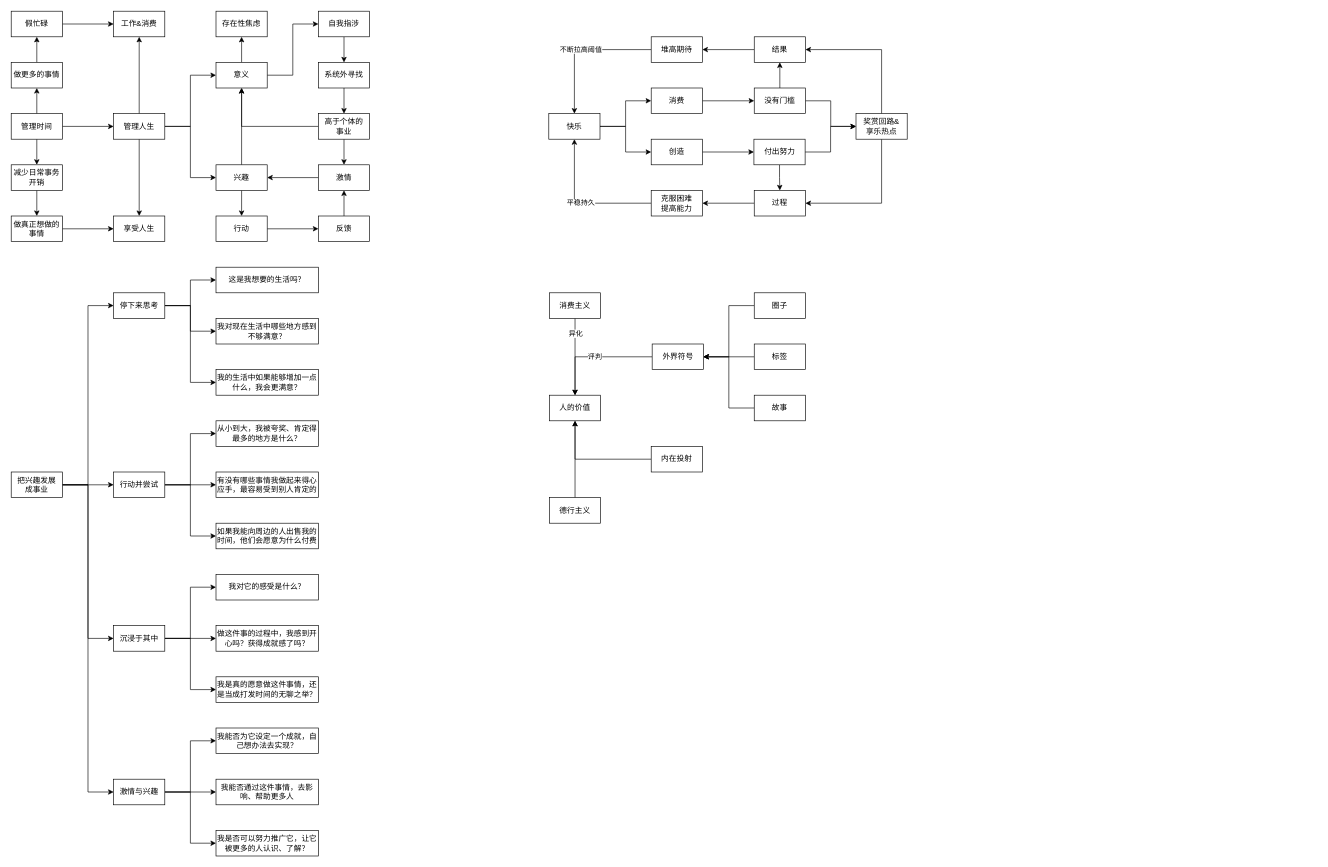
Above: 积极创造.drawio in youyusan/open_mind (draw.io), before the change. Source tidied: cells renumbered, new cells numbered last; positions are measured from the earlier drawing's top-left corner, leaving out a move shared by most shapes. Both pictures are drawn from the tidied source at 64%, with x=0, y=0 at pixel (11, 11).
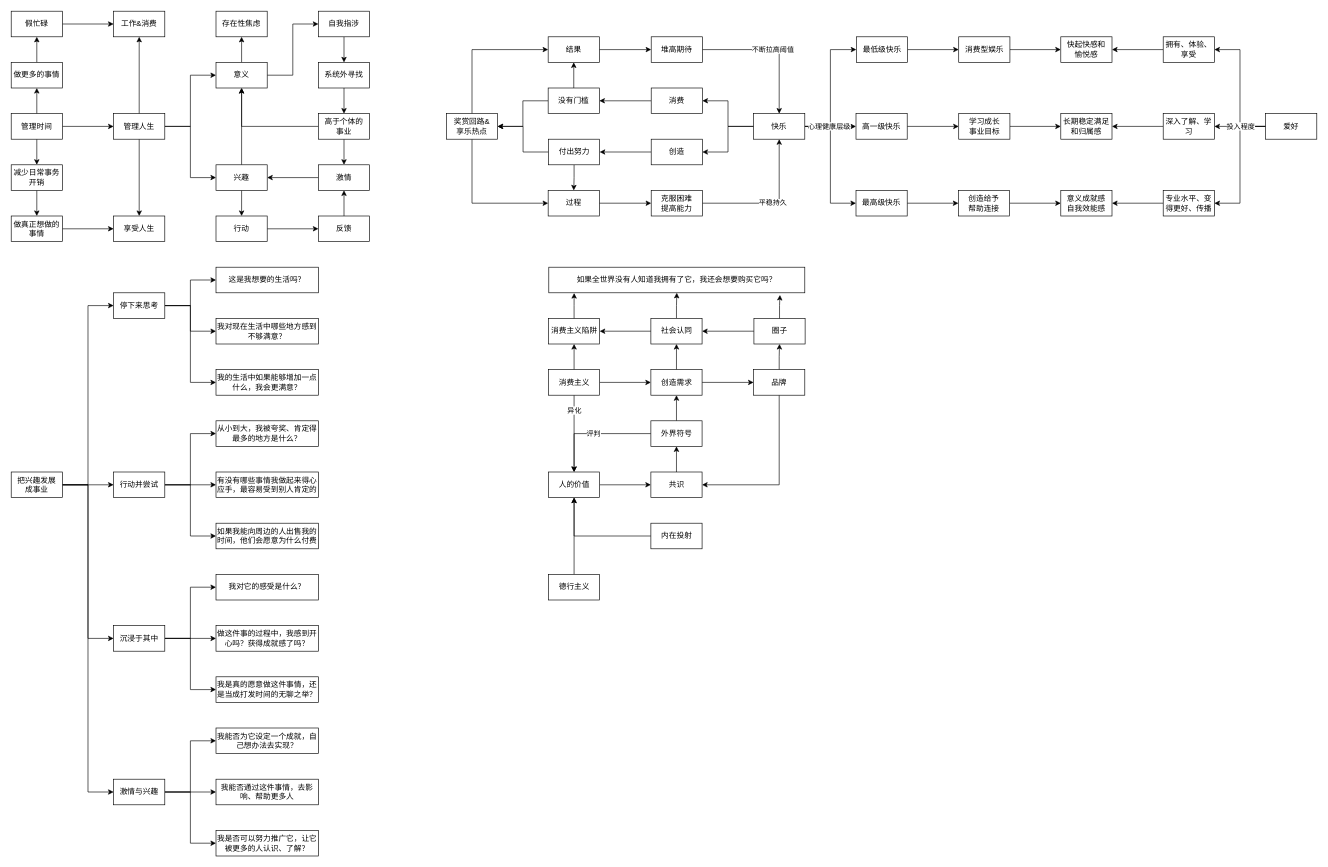
The same page after the edit.

Commit message (it also covers changes not shown here):
更新积极创造.drawio

Unchanged cells that the change refers to:
```xml
<mxCell id="78" value="消费" style="rounded=0;whiteSpace=wrap;html=1;" parent="1" vertex="1">
  <mxGeometry x="1000" y="120" width="80" height="40" as="geometry" />
</mxCell>
<mxCell id="80" value="创造" style="rounded=0;whiteSpace=wrap;html=1;" parent="1" vertex="1">
  <mxGeometry x="1000" y="200" width="80" height="40" as="geometry" />
</mxCell>
<mxCell id="95" value="堆高期待" style="rounded=0;whiteSpace=wrap;html=1;" parent="1" vertex="1">
  <mxGeometry x="1000" y="40" width="80" height="40" as="geometry" />
</mxCell>
<mxCell id="97" value="克服困难&lt;br&gt;提高能力" style="rounded=0;whiteSpace=wrap;html=1;" parent="1" vertex="1">
  <mxGeometry x="1000" y="280" width="80" height="40" as="geometry" />
</mxCell>
```

Diff of the diagram source:
```diff
@@
+    <mxCell id="98" style="edgeStyle=orthogonalEdgeStyle;rounded=0;jettySize=auto;html=1;" parent="1" edge="1" source="100" target="101">
+      <mxGeometry relative="1" as="geometry" />
+    </mxCell>
+    <mxCell id="99" value="异化" style="edgeLabel;html=1;align=center;verticalAlign=middle;" parent="98" vertex="1">
+      <mxGeometry x="-0.62" relative="1" as="geometry" />
+    </mxCell>
+    <mxCell id="114" style="edgeStyle=orthogonalEdgeStyle;rounded=0;jettySize=auto;html=1;" parent="1" edge="1" source="100" target="122">
+      <mxGeometry relative="1" as="geometry" />
+    </mxCell>
+    <mxCell id="115" style="edgeStyle=orthogonalEdgeStyle;rounded=0;jettySize=auto;html=1;" parent="1" edge="1" source="100" target="131">
+      <mxGeometry relative="1" as="geometry" />
+    </mxCell>
+    <mxCell id="100" value="消费主义" style="rounded=0;whiteSpace=wrap;html=1;" parent="1" vertex="1">
+      <mxGeometry x="839.5" y="560" width="80" height="40" as="geometry" />
+    </mxCell>
+    <mxCell id="116" style="edgeStyle=orthogonalEdgeStyle;rounded=0;jettySize=auto;html=1;" parent="1" edge="1" source="101" target="127">
+      <mxGeometry relative="1" as="geometry" />
+    </mxCell>
+    <mxCell id="101" value="人的价值" style="rounded=0;whiteSpace=wrap;html=1;" parent="1" vertex="1">
+      <mxGeometry x="839.5" y="720" width="80" height="40" as="geometry" />
+    </mxCell>
+    <mxCell id="102" value="评判" style="edgeStyle=orthogonalEdgeStyle;rounded=0;jettySize=auto;html=1;" parent="1" edge="1" source="103" target="101">
+      <mxGeometry relative="1" as="geometry" />
+    </mxCell>
+    <mxCell id="117" style="edgeStyle=orthogonalEdgeStyle;rounded=0;jettySize=auto;html=1;" parent="1" edge="1" source="103" target="122">
+      <mxGeometry relative="1" as="geometry" />
+    </mxCell>
+    <mxCell id="103" value="外界符号" style="rounded=0;whiteSpace=wrap;html=1;" parent="1" vertex="1">
+      <mxGeometry x="999.5" y="640" width="80" height="40" as="geometry" />
+    </mxCell>
+    <mxCell id="118" style="edgeStyle=orthogonalEdgeStyle;rounded=0;jettySize=auto;html=1;" parent="1" edge="1" source="107" target="130">
+      <mxGeometry relative="1" as="geometry" />
+    </mxCell>
+    <mxCell id="107" value="圈子" style="rounded=0;whiteSpace=wrap;html=1;" parent="1" vertex="1">
+      <mxGeometry x="1160.5" y="480" width="80" height="40" as="geometry" />
+    </mxCell>
+    <mxCell id="119" style="edgeStyle=orthogonalEdgeStyle;rounded=0;jettySize=auto;html=1;entryX=0.5;entryY=1;entryDx=0;entryDy=0;" parent="1" edge="1" source="111" target="101">
+      <mxGeometry relative="1" as="geometry" />
+    </mxCell>
+    <mxCell id="111" value="德行主义" style="rounded=0;whiteSpace=wrap;html=1;" parent="1" vertex="1">
+      <mxGeometry x="839.5" y="880" width="80" height="40" as="geometry" />
+    </mxCell>
+    <mxCell id="112" style="edgeStyle=orthogonalEdgeStyle;rounded=0;jettySize=auto;html=1;" parent="1" edge="1" source="113" target="101">
+      <mxGeometry relative="1" as="geometry" />
+    </mxCell>
+    <mxCell id="113" value="内在投射" style="rounded=0;whiteSpace=wrap;html=1;" parent="1" vertex="1">
+      <mxGeometry x="999.5" y="800" width="80" height="40" as="geometry" />
+    </mxCell>
+    <mxCell id="120" style="edgeStyle=orthogonalEdgeStyle;rounded=0;jettySize=auto;html=1;" parent="1" edge="1" source="122" target="125">
+      <mxGeometry relative="1" as="geometry" />
+    </mxCell>
+    <mxCell id="121" style="edgeStyle=orthogonalEdgeStyle;rounded=0;jettySize=auto;html=1;" parent="1" edge="1" source="122" target="130">
+      <mxGeometry relative="1" as="geometry" />
+    </mxCell>
+    <mxCell id="122" value="创造需求" style="rounded=0;whiteSpace=wrap;html=1;" parent="1" vertex="1">
+      <mxGeometry x="999.5" y="560" width="80" height="40" as="geometry" />
+    </mxCell>
+    <mxCell id="123" style="edgeStyle=orthogonalEdgeStyle;rounded=0;jettySize=auto;html=1;entryX=1;entryY=0.5;entryDx=0;entryDy=0;" parent="1" edge="1" source="125" target="127">
+      <mxGeometry relative="1" as="geometry">
+        <Array as="points">
+          <mxPoint x="1200.5" y="740" />
+        </Array>
+      </mxGeometry>
+    </mxCell>
+    <mxCell id="124" style="edgeStyle=orthogonalEdgeStyle;rounded=0;jettySize=auto;html=1;" parent="1" edge="1" source="125" target="107">
+      <mxGeometry relative="1" as="geometry" />
+    </mxCell>
+    <mxCell id="125" value="品牌" style="rounded=0;whiteSpace=wrap;html=1;" parent="1" vertex="1">
+      <mxGeometry x="1160" y="560" width="80" height="40" as="geometry" />
+    </mxCell>
+    <mxCell id="126" style="edgeStyle=orthogonalEdgeStyle;rounded=0;jettySize=auto;html=1;" parent="1" edge="1" source="127" target="103">
+      <mxGeometry relative="1" as="geometry" />
+    </mxCell>
+    <mxCell id="127" value="共识" style="rounded=0;whiteSpace=wrap;html=1;" parent="1" vertex="1">
+      <mxGeometry x="999.5" y="720" width="80" height="40" as="geometry" />
+    </mxCell>
+    <mxCell id="128" style="edgeStyle=orthogonalEdgeStyle;rounded=0;jettySize=auto;html=1;" parent="1" edge="1" source="130" target="131">
+      <mxGeometry relative="1" as="geometry" />
+    </mxCell>
+    <mxCell id="129" style="edgeStyle=orthogonalEdgeStyle;rounded=0;jettySize=auto;html=1;" parent="1" edge="1" source="130" target="132">
+      <mxGeometry relative="1" as="geometry" />
+    </mxCell>
+    <mxCell id="130" value="社会认同" style="rounded=0;whiteSpace=wrap;html=1;" parent="1" vertex="1">
+      <mxGeometry x="999.5" y="480" width="80" height="40" as="geometry" />
+    </mxCell>
+    <mxCell id="131" value="消费主义陷阱" style="rounded=0;whiteSpace=wrap;html=1;" parent="1" vertex="1">
+      <mxGeometry x="839.5" y="480" width="80" height="40" as="geometry" />
+    </mxCell>
+    <mxCell id="132" value="如果全世界没有人知道我拥有了它，我还会想要购买它吗？" style="rounded=0;whiteSpace=wrap;html=1;" parent="1" vertex="1">
+      <mxGeometry x="840" y="400" width="400" height="40" as="geometry" />
+    </mxCell>
+    <mxCell id="133" style="edgeStyle=orthogonalEdgeStyle;rounded=0;jettySize=auto;html=1;entryX=0.903;entryY=1.084;entryDx=0;entryDy=0;entryPerimeter=0;" parent="1" edge="1" source="107" target="132">
+      <mxGeometry relative="1" as="geometry" />
+    </mxCell>
+    <mxCell id="134" style="edgeStyle=orthogonalEdgeStyle;rounded=0;jettySize=auto;html=1;entryX=0.099;entryY=1.01;entryDx=0;entryDy=0;entryPerimeter=0;" parent="1" edge="1" source="131" target="132">
+      <mxGeometry relative="1" as="geometry" />
+    </mxCell>
@@
+    <mxCell id="135" style="edgeStyle=orthogonalEdgeStyle;rounded=0;jettySize=auto;html=1;entryDx=0;entryDy=0;" parent="1" edge="1" source="76" target="140">
+      <mxGeometry relative="1" as="geometry">
+        <Array as="points">
+          <mxPoint x="1280" y="180" />
+          <mxPoint x="1280" y="60" />
+        </Array>
+      </mxGeometry>
+    </mxCell>
+    <mxCell id="136" style="edgeStyle=orthogonalEdgeStyle;rounded=0;jettySize=auto;html=1;entryDx=0;entryDy=0;" parent="1" edge="1" source="76" target="142">
+      <mxGeometry relative="1" as="geometry" />
+    </mxCell>
+    <mxCell id="137" style="edgeStyle=orthogonalEdgeStyle;rounded=0;jettySize=auto;html=1;entryDx=0;entryDy=0;" parent="1" edge="1" source="76" target="144">
+      <mxGeometry relative="1" as="geometry">
+        <Array as="points">
+          <mxPoint x="1280" y="180" />
+          <mxPoint x="1280" y="300" />
+        </Array>
+      </mxGeometry>
+    </mxCell>
+    <mxCell id="138" value="心理健康层级" style="edgeLabel;html=1;align=center;verticalAlign=middle;" parent="137" vertex="1">
+      <mxGeometry x="-0.6" y="2" relative="1" as="geometry">
+        <mxPoint x="-5" y="-1" as="offset" />
+      </mxGeometry>
+    </mxCell>
     <mxCell id="76" value="快乐" style="rounded=0;whiteSpace=wrap;html=1;" parent="1" vertex="1">
-      <mxGeometry x="840" y="160" width="80" height="40" as="geometry" />
+      <mxGeometry x="1160" y="160" width="80" height="40" as="geometry" />
     </mxCell>
-    <mxCell id="77" style="edgeStyle=orthogonalEdgeStyle;rounded=0;jettySize=auto;html=1;entryX=0;entryY=0.5;entryDx=0;entryDy=0;" parent="1" edge="1" source="78" target="83">
+    <mxCell id="77" style="edgeStyle=orthogonalEdgeStyle;rounded=0;jettySize=auto;html=1;entryDx=0;entryDy=0;" parent="1" edge="1" source="78" target="83">
       <mxGeometry relative="1" as="geometry" />
     </mxCell>
@@
-    <mxCell id="79" style="edgeStyle=orthogonalEdgeStyle;rounded=0;jettySize=auto;html=1;entryX=0;entryY=0.5;entryDx=0;entryDy=0;" parent="1" edge="1" source="80" target="89">
+    <mxCell id="79" style="edgeStyle=orthogonalEdgeStyle;rounded=0;jettySize=auto;html=1;entryDx=0;entryDy=0;" parent="1" edge="1" source="80" target="89">
       <mxGeometry relative="1" as="geometry" />
     </mxCell>
@@
-    <mxCell id="82" style="edgeStyle=orthogonalEdgeStyle;rounded=0;jettySize=auto;html=1;entryX=0;entryY=0.5;entryDx=0;entryDy=0;" parent="1" edge="1" source="83" target="86">
+    <mxCell id="82" style="edgeStyle=orthogonalEdgeStyle;rounded=0;jettySize=auto;html=1;entryDx=0;entryDy=0;" parent="1" edge="1" source="83" target="86">
       <mxGeometry relative="1" as="geometry" />
     </mxCell>
     <mxCell id="83" value="没有门槛" style="rounded=0;whiteSpace=wrap;html=1;" parent="1" vertex="1">
-      <mxGeometry x="1161" y="120" width="80" height="40" as="geometry" />
+      <mxGeometry x="839" y="120" width="80" height="40" as="geometry" />
     </mxCell>
-    <mxCell id="84" style="edgeStyle=orthogonalEdgeStyle;rounded=0;jettySize=auto;html=1;entryX=1;entryY=0.5;entryDx=0;entryDy=0;" parent="1" edge="1" source="86" target="91">
+    <mxCell id="84" style="edgeStyle=orthogonalEdgeStyle;rounded=0;jettySize=auto;html=1;entryDx=0;entryDy=0;" parent="1" edge="1" source="86" target="91">
       <mxGeometry relative="1" as="geometry">
         <Array as="points">
-          <mxPoint x="1360" y="60" />
+          <mxPoint x="720" y="60" />
         </Array>
       </mxGeometry>
     </mxCell>
-    <mxCell id="85" style="edgeStyle=orthogonalEdgeStyle;rounded=0;jettySize=auto;html=1;entryX=1;entryY=0.5;entryDx=0;entryDy=0;" parent="1" edge="1" source="86" target="93">
+    <mxCell id="85" style="edgeStyle=orthogonalEdgeStyle;rounded=0;jettySize=auto;html=1;entryDx=0;entryDy=0;" parent="1" edge="1" source="86" target="93">
       <mxGeometry relative="1" as="geometry">
         <Array as="points">
-          <mxPoint x="1360" y="300" />
+          <mxPoint x="720" y="300" />
         </Array>
       </mxGeometry>
     </mxCell>
     <mxCell id="86" value="奖赏回路&amp;amp;&lt;br&gt;享乐热点" style="rounded=0;whiteSpace=wrap;html=1;" parent="1" vertex="1">
-      <mxGeometry x="1320" y="160" width="80" height="40" as="geometry" />
+      <mxGeometry x="680" y="160" width="80" height="40" as="geometry" />
     </mxCell>
-    <mxCell id="87" style="edgeStyle=orthogonalEdgeStyle;rounded=0;jettySize=auto;html=1;entryX=0.5;entryY=0;entryDx=0;entryDy=0;" parent="1" edge="1" source="89" target="93">
+    <mxCell id="87" style="edgeStyle=orthogonalEdgeStyle;rounded=0;jettySize=auto;html=1;entryDx=0;entryDy=0;" parent="1" edge="1" source="89" target="93">
       <mxGeometry relative="1" as="geometry" />
     </mxCell>
@@
     <mxCell id="89" value="付出努力" style="rounded=0;whiteSpace=wrap;html=1;" parent="1" vertex="1">
-      <mxGeometry x="1160.5" y="200" width="80" height="40" as="geometry" />
+      <mxGeometry x="839.5" y="200" width="80" height="40" as="geometry" />
     </mxCell>
@@
     <mxCell id="91" value="结果" style="rounded=0;whiteSpace=wrap;html=1;" parent="1" vertex="1">
-      <mxGeometry x="1161" y="40" width="80" height="40" as="geometry" />
+      <mxGeometry x="839" y="40" width="80" height="40" as="geometry" />
     </mxCell>
@@
     <mxCell id="93" value="过程" style="rounded=0;whiteSpace=wrap;html=1;" parent="1" vertex="1">
-      <mxGeometry x="1161" y="280" width="80" height="40" as="geometry" />
+      <mxGeometry x="839" y="280" width="80" height="40" as="geometry" />
     </mxCell>
-    <mxCell id="94" value="不断拉高阈值" style="edgeStyle=orthogonalEdgeStyle;rounded=0;jettySize=auto;html=1;entryX=0.5;entryY=0;entryDx=0;entryDy=0;" parent="1" edge="1" source="95" target="76">
+    <mxCell id="94" value="不断拉高阈值" style="edgeStyle=orthogonalEdgeStyle;rounded=0;jettySize=auto;html=1;entryDx=0;entryDy=0;" parent="1" edge="1" source="95" target="76">
       <mxGeometry relative="1" as="geometry" />
     </mxCell>
@@
-    <mxCell id="96" value="平稳持久" style="edgeStyle=orthogonalEdgeStyle;rounded=0;jettySize=auto;html=1;entryX=0.5;entryY=1;entryDx=0;entryDy=0;" parent="1" edge="1" source="97" target="76">
+    <mxCell id="96" value="平稳持久" style="edgeStyle=orthogonalEdgeStyle;rounded=0;jettySize=auto;html=1;entryDx=0;entryDy=0;" parent="1" edge="1" source="97" target="76">
       <mxGeometry relative="1" as="geometry" />
     </mxCell>
@@
-    <mxCell id="98" style="edgeStyle=orthogonalEdgeStyle;rounded=0;jettySize=auto;html=1;" parent="1" edge="1" source="100" target="101">
-      <mxGeometry relative="1" as="geometry" />
-    </mxCell>
-    <mxCell id="99" value="异化" style="edgeLabel;html=1;align=center;verticalAlign=middle;" parent="98" vertex="1">
-      <mxGeometry x="-0.62" relative="1" as="geometry" />
-    </mxCell>
-    <mxCell id="100" value="消费主义" style="rounded=0;whiteSpace=wrap;html=1;" parent="1" vertex="1">
-      <mxGeometry x="841" y="440" width="80" height="40" as="geometry" />
-    </mxCell>
-    <mxCell id="101" value="人的价值" style="rounded=0;whiteSpace=wrap;html=1;" parent="1" vertex="1">
-      <mxGeometry x="841" y="600" width="80" height="40" as="geometry" />
-    </mxCell>
-    <mxCell id="102" value="评判" style="edgeStyle=orthogonalEdgeStyle;rounded=0;jettySize=auto;html=1;" parent="1" edge="1" source="103" target="101">
-      <mxGeometry relative="1" as="geometry" />
-    </mxCell>
-    <mxCell id="103" value="外界符号" style="rounded=0;whiteSpace=wrap;html=1;" parent="1" vertex="1">
-      <mxGeometry x="1001.5" y="520" width="80" height="40" as="geometry" />
-    </mxCell>
-    <mxCell id="104" style="edgeStyle=orthogonalEdgeStyle;rounded=0;jettySize=auto;html=1;" parent="1" edge="1" source="105" target="103">
-      <mxGeometry relative="1" as="geometry" />
-    </mxCell>
-    <mxCell id="105" value="标签" style="rounded=0;whiteSpace=wrap;html=1;" parent="1" vertex="1">
-      <mxGeometry x="1161" y="520" width="80" height="40" as="geometry" />
-    </mxCell>
-    <mxCell id="106" style="edgeStyle=orthogonalEdgeStyle;rounded=0;jettySize=auto;html=1;entryX=1;entryY=0.5;entryDx=0;entryDy=0;" parent="1" edge="1" source="107" target="103">
-      <mxGeometry relative="1" as="geometry" />
-    </mxCell>
-    <mxCell id="107" value="圈子" style="rounded=0;whiteSpace=wrap;html=1;" parent="1" vertex="1">
-      <mxGeometry x="1161" y="440" width="80" height="40" as="geometry" />
-    </mxCell>
-    <mxCell id="108" style="edgeStyle=orthogonalEdgeStyle;rounded=0;jettySize=auto;html=1;entryX=1;entryY=0.5;entryDx=0;entryDy=0;" parent="1" edge="1" source="109" target="103">
-      <mxGeometry relative="1" as="geometry" />
-    </mxCell>
-    <mxCell id="109" value="故事" style="rounded=0;whiteSpace=wrap;html=1;" parent="1" vertex="1">
-      <mxGeometry x="1161" y="600" width="80" height="40" as="geometry" />
-    </mxCell>
-    <mxCell id="110" style="edgeStyle=orthogonalEdgeStyle;rounded=0;jettySize=auto;html=1;" parent="1" edge="1" source="111">
-      <mxGeometry relative="1" as="geometry">
-        <mxPoint x="881" y="640" as="targetPoint" />
-      </mxGeometry>
-    </mxCell>
-    <mxCell id="111" value="德行主义" style="rounded=0;whiteSpace=wrap;html=1;" parent="1" vertex="1">
-      <mxGeometry x="841" y="760" width="80" height="40" as="geometry" />
-    </mxCell>
-    <mxCell id="112" style="edgeStyle=orthogonalEdgeStyle;rounded=0;jettySize=auto;html=1;" parent="1" edge="1" source="113" target="101">
-      <mxGeometry relative="1" as="geometry" />
-    </mxCell>
-    <mxCell id="113" value="内在投射" style="rounded=0;whiteSpace=wrap;html=1;" parent="1" vertex="1">
-      <mxGeometry x="1000" y="680" width="80" height="40" as="geometry" />
-    </mxCell>
+    <mxCell id="139" style="edgeStyle=orthogonalEdgeStyle;rounded=0;jettySize=auto;html=1;" parent="1" edge="1" source="140" target="146">
+      <mxGeometry relative="1" as="geometry" />
+    </mxCell>
+    <mxCell id="140" value="最低级快乐" style="rounded=0;whiteSpace=wrap;html=1;" parent="1" vertex="1">
+      <mxGeometry x="1320.5" y="40" width="80" height="40" as="geometry" />
+    </mxCell>
+    <mxCell id="141" style="edgeStyle=orthogonalEdgeStyle;rounded=0;jettySize=auto;html=1;" parent="1" edge="1" source="142" target="148">
+      <mxGeometry relative="1" as="geometry" />
+    </mxCell>
+    <mxCell id="142" value="高一级快乐" style="rounded=0;whiteSpace=wrap;html=1;" parent="1" vertex="1">
+      <mxGeometry x="1320" y="160" width="80" height="40" as="geometry" />
+    </mxCell>
+    <mxCell id="143" style="edgeStyle=orthogonalEdgeStyle;rounded=0;jettySize=auto;html=1;" parent="1" edge="1" source="144" target="152">
+      <mxGeometry relative="1" as="geometry" />
+    </mxCell>
+    <mxCell id="144" value="最高级快乐" style="rounded=0;whiteSpace=wrap;html=1;" parent="1" vertex="1">
+      <mxGeometry x="1320" y="280" width="80" height="40" as="geometry" />
+    </mxCell>
+    <mxCell id="145" style="edgeStyle=orthogonalEdgeStyle;rounded=0;jettySize=auto;html=1;" parent="1" edge="1" source="146" target="149">
+      <mxGeometry relative="1" as="geometry" />
+    </mxCell>
+    <mxCell id="146" value="消费型娱乐" style="rounded=0;whiteSpace=wrap;html=1;" parent="1" vertex="1">
+      <mxGeometry x="1480.5" y="40" width="80" height="40" as="geometry" />
+    </mxCell>
+    <mxCell id="147" style="edgeStyle=orthogonalEdgeStyle;rounded=0;jettySize=auto;html=1;" parent="1" edge="1" source="148" target="150">
+      <mxGeometry relative="1" as="geometry" />
+    </mxCell>
+    <mxCell id="148" value="学习成长&lt;br&gt;事业目标" style="rounded=0;whiteSpace=wrap;html=1;" parent="1" vertex="1">
+      <mxGeometry x="1480.5" y="160" width="80" height="40" as="geometry" />
+    </mxCell>
+    <mxCell id="149" value="快起快感和&lt;br&gt;愉悦感" style="rounded=0;whiteSpace=wrap;html=1;" parent="1" vertex="1">
+      <mxGeometry x="1640" y="40" width="80" height="40" as="geometry" />
+    </mxCell>
+    <mxCell id="150" value="长期稳定满足和归属感" style="rounded=0;whiteSpace=wrap;html=1;" parent="1" vertex="1">
+      <mxGeometry x="1640" y="160" width="80" height="40" as="geometry" />
+    </mxCell>
+    <mxCell id="151" style="edgeStyle=orthogonalEdgeStyle;rounded=0;jettySize=auto;html=1;" parent="1" edge="1" source="152" target="153">
+      <mxGeometry relative="1" as="geometry" />
+    </mxCell>
+    <mxCell id="152" value="创造给予&lt;br&gt;帮助连接" style="rounded=0;whiteSpace=wrap;html=1;" parent="1" vertex="1">
+      <mxGeometry x="1480" y="280" width="80" height="40" as="geometry" />
+    </mxCell>
+    <mxCell id="153" value="意义成就感&lt;br&gt;自我效能感" style="rounded=0;whiteSpace=wrap;html=1;" parent="1" vertex="1">
+      <mxGeometry x="1640" y="280" width="80" height="40" as="geometry" />
+    </mxCell>
+    <mxCell id="154" style="edgeStyle=orthogonalEdgeStyle;rounded=0;jettySize=auto;html=1;" parent="1" edge="1" source="155" target="150">
+      <mxGeometry relative="1" as="geometry" />
+    </mxCell>
+    <mxCell id="155" value="深入了解、学习" style="rounded=0;whiteSpace=wrap;html=1;" parent="1" vertex="1">
+      <mxGeometry x="1800" y="160" width="80" height="40" as="geometry" />
+    </mxCell>
+    <mxCell id="156" style="edgeStyle=orthogonalEdgeStyle;rounded=0;jettySize=auto;html=1;entryX=1;entryY=0.5;entryDx=0;entryDy=0;" parent="1" edge="1" source="160" target="155">
+      <mxGeometry relative="1" as="geometry" />
+    </mxCell>
+    <mxCell id="157" style="edgeStyle=orthogonalEdgeStyle;rounded=0;jettySize=auto;html=1;entryX=1;entryY=0.5;entryDx=0;entryDy=0;" parent="1" edge="1" source="160" target="162">
+      <mxGeometry relative="1" as="geometry" />
+    </mxCell>
+    <mxCell id="158" style="edgeStyle=orthogonalEdgeStyle;rounded=0;jettySize=auto;html=1;entryX=1;entryY=0.5;entryDx=0;entryDy=0;" parent="1" edge="1" source="160" target="164">
+      <mxGeometry relative="1" as="geometry" />
+    </mxCell>
+    <mxCell id="159" value="投入程度" style="edgeLabel;html=1;align=center;verticalAlign=middle;" parent="158" vertex="1">
+      <mxGeometry x="-0.6" y="-3" relative="1" as="geometry">
+        <mxPoint x="3" y="-1" as="offset" />
+      </mxGeometry>
+    </mxCell>
+    <mxCell id="160" value="爱好" style="rounded=0;whiteSpace=wrap;html=1;" parent="1" vertex="1">
+      <mxGeometry x="1960" y="160" width="80" height="40" as="geometry" />
+    </mxCell>
+    <mxCell id="161" style="edgeStyle=orthogonalEdgeStyle;rounded=0;jettySize=auto;html=1;" parent="1" edge="1" source="162" target="149">
+      <mxGeometry relative="1" as="geometry" />
+    </mxCell>
+    <mxCell id="162" value="拥有、体验、享受" style="rounded=0;whiteSpace=wrap;html=1;" parent="1" vertex="1">
+      <mxGeometry x="1800" y="40" width="80" height="40" as="geometry" />
+    </mxCell>
+    <mxCell id="163" style="edgeStyle=orthogonalEdgeStyle;rounded=0;jettySize=auto;html=1;" parent="1" edge="1" source="164" target="153">
+      <mxGeometry relative="1" as="geometry" />
+    </mxCell>
+    <mxCell id="164" value="专业水平、变得更好、传播" style="rounded=0;whiteSpace=wrap;html=1;" parent="1" vertex="1">
+      <mxGeometry x="1800" y="280" width="80" height="40" as="geometry" />
+    </mxCell>
```
